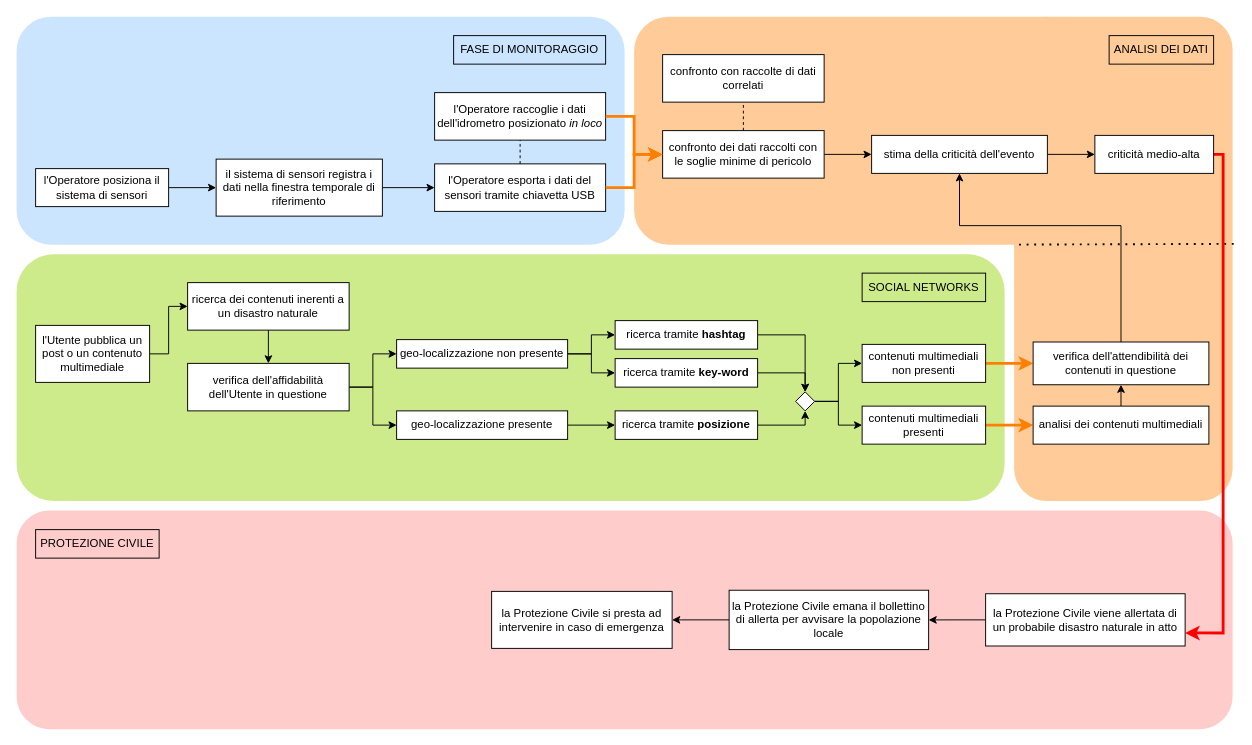
Before: page "monitoraggio tramite sensore rimovibile" (1 of 2) of schemi ProgettoRIO.drawio in faffolao/ProgettoBD2022, a draw.io diagram. Source tidied: cells renumbered, new cells numbered last; positions are measured from the earlier drawing's top-left corner, leaving out a move shared by most shapes. Both pictures are drawn from the tidied source at 95%, with x=0, y=0 at pixel (16, 16).
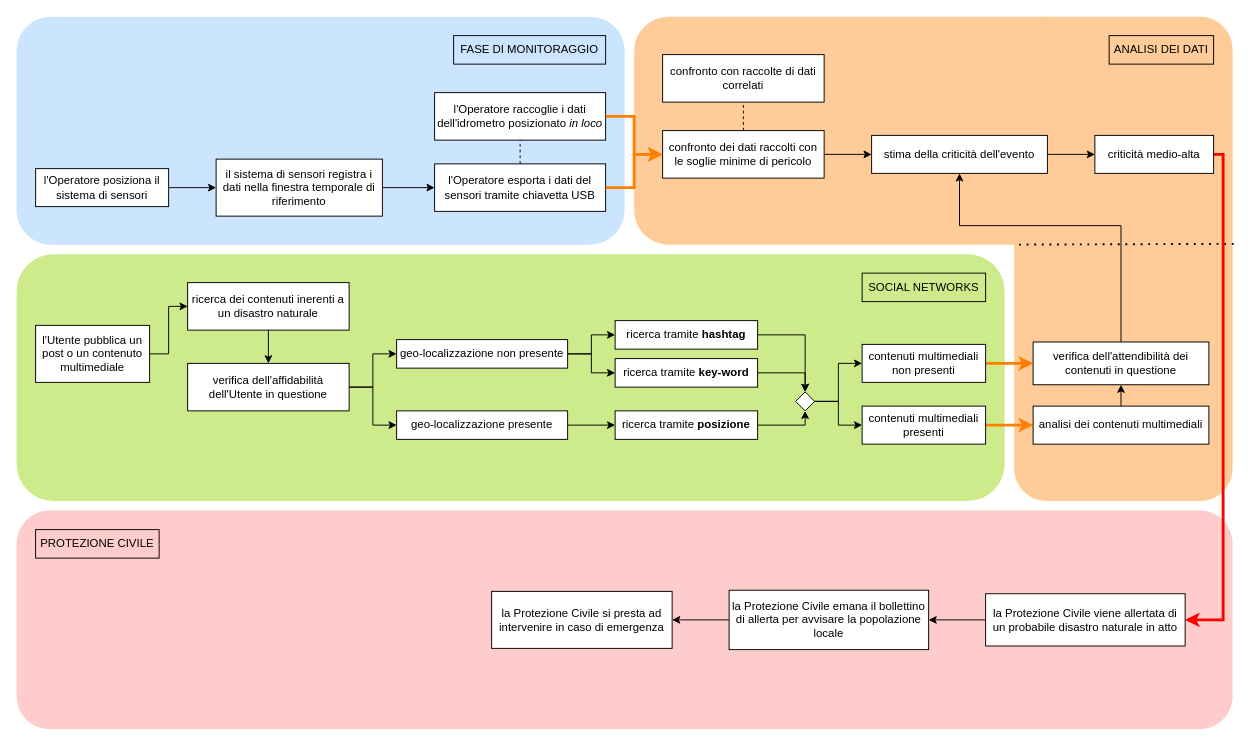
Above is the later version.

The change refers to these unchanged cells:
```xml
<mxCell id="48" value="la Protezione Civile viene allertata di un probabile disastro naturale in atto" style="rounded=0;whiteSpace=wrap;html=1;shadow=0;glass=0;fillStyle=auto;fillColor=default;gradientColor=none;" parent="1" vertex="1">
  <mxGeometry x="1020" y="607.5" width="210" height="55" as="geometry" />
</mxCell>
<mxCell id="52" value="criticità medio-alta" style="rounded=0;whiteSpace=wrap;html=1;shadow=0;glass=0;fillStyle=auto;fillColor=default;gradientColor=none;" parent="1" vertex="1">
  <mxGeometry x="1135" y="125" width="125" height="40" as="geometry" />
</mxCell>
```

Change to the diagram source:
```diff
@@
-    <mxCell id="51" style="edgeStyle=orthogonalEdgeStyle;rounded=0;jettySize=auto;html=1;exitX=1;exitY=0.5;exitDx=0;exitDy=0;entryX=1;entryY=0.75;entryDx=0;entryDy=0;strokeColor=#FF0000;strokeWidth=3;" parent="1" edge="1" source="52" target="48">
+    <mxCell id="51" style="edgeStyle=orthogonalEdgeStyle;rounded=0;jettySize=auto;html=1;exitX=1;exitY=0.5;exitDx=0;exitDy=0;entryX=1;entryY=0.5;entryDx=0;entryDy=0;strokeColor=#FF0000;strokeWidth=3;" parent="1" edge="1" source="52" target="48">
       <mxGeometry relative="1" as="geometry">
         <Array as="points">
           <mxPoint x="1270" y="145" />
-          <mxPoint x="1270" y="649" />
+          <mxPoint x="1270" y="635" />
         </Array>
       </mxGeometry>
     </mxCell>
```
